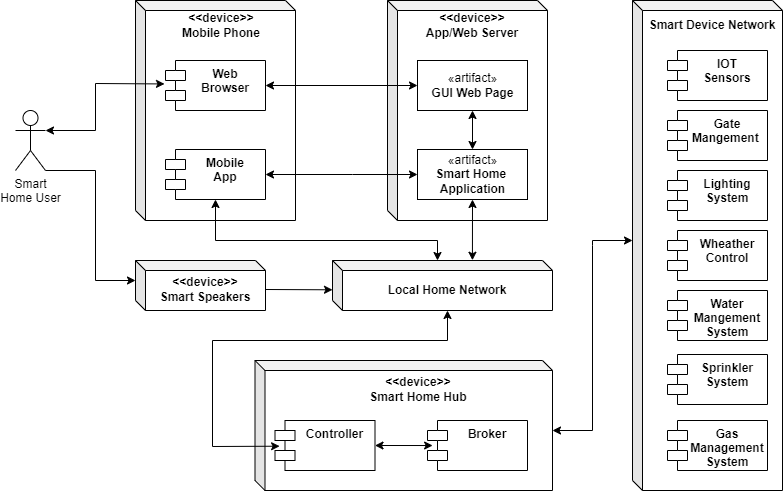
Akhilsudh/BITS-Assignment keeps this draw.io diagram as Semester 2/Software Architecture/Assignment 2/imageFiles/DeploymentDiagram.drawio.png. Above is the earlier version. Source tidied: cells renumbered, new cells last; positions are measured from the earlier drawing's top-left corner, leaving out a move shared by most shapes.
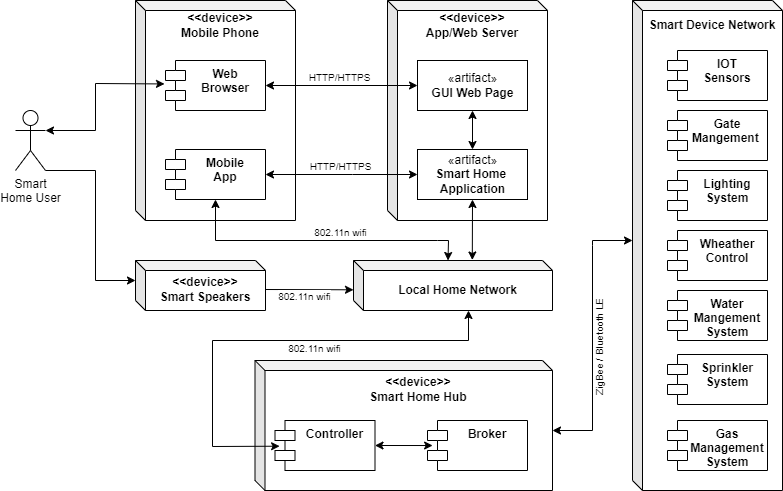
The same diagram one commit later.

What changed in the source:
```diff
@@ -49,7 +49,7 @@
       <mxGeometry x="652" y="50" width="100" height="50" as="geometry" />
     </mxCell>
     <mxCell id="14" value="Local Home Network" style="shape=cube;whiteSpace=wrap;html=1;boundedLbl=1;backgroundOutline=1;darkOpacity=0.05;darkOpacity2=0.1;size=10;direction=east;fontStyle=1;" parent="1" vertex="1">
-      <mxGeometry x="317" y="260" width="220" height="50" as="geometry" />
+      <mxGeometry x="338" y="260" width="199" height="50" as="geometry" />
     </mxCell>
     <mxCell id="15" value="«artifact»&lt;br&gt;&lt;b&gt;GUI Web Page&lt;/b&gt;" style="html=1;" parent="1" vertex="1">
       <mxGeometry x="402" y="60" width="110" height="50" as="geometry" />
@@ -63,11 +63,17 @@
     <mxCell id="18" style="endArrow=classic;startArrow=classic;html=1;rounded=0;exitX=1;exitY=0.5;exitDx=0;exitDy=0;entryX=0;entryY=0.5;entryDx=0;entryDy=0;" parent="1" edge="1" source="17" target="15">
       <mxGeometry relative="1" as="geometry" />
     </mxCell>
+    <mxCell id="38" value="&lt;font style=&quot;font-size: 10px&quot;&gt;HTTP/HTTPS&lt;/font&gt;" style="edgeLabel;html=1;align=center;verticalAlign=middle;" parent="18" vertex="1">
+      <mxGeometry x="-0.05" relative="1" as="geometry">
+        <mxPoint x="1" y="-8" as="offset" />
+      </mxGeometry>
+    </mxCell>
-    <mxCell id="19" style="endArrow=classic;startArrow=classic;html=1;rounded=0;exitX=0.5;exitY=1;exitDx=0;exitDy=0;entryX=0;entryY=0;entryDx=105;entryDy=0;entryPerimeter=0;" parent="1" edge="1" source="4" target="14">
+    <mxCell id="19" style="endArrow=classic;startArrow=classic;html=1;rounded=0;exitX=0.5;exitY=1;exitDx=0;exitDy=0;entryX=0;entryY=0;entryDx=94.49999999999999;entryDy=0;entryPerimeter=0;" parent="1" edge="1" source="4" target="14">
       <mxGeometry relative="1" as="geometry">
         <Array as="points">
           <mxPoint x="200" y="240" />
           <mxPoint x="422" y="240" />
+          <mxPoint x="433" y="240" />
         </Array>
       </mxGeometry>
     </mxCell>
@@ -77,7 +83,7 @@
     <mxCell id="21" value="&amp;lt;&amp;lt;device&amp;gt;&amp;gt;&lt;br&gt;Smart Speakers" style="text;html=1;strokeColor=none;fillColor=none;align=center;verticalAlign=middle;whiteSpace=wrap;rounded=0;fontStyle=1;" parent="1" vertex="1">
       <mxGeometry x="130" y="274" width="120" height="30" as="geometry" />
     </mxCell>
-    <mxCell id="22" style="endArrow=classic;startArrow=classic;html=1;rounded=0;exitX=0.5;exitY=1;exitDx=0;exitDy=0;entryX=0.636;entryY=-0.005;entryDx=0;entryDy=0;entryPerimeter=0;" parent="1" edge="1" source="12" target="14">
+    <mxCell id="22" style="endArrow=classic;startArrow=classic;html=1;rounded=0;exitX=0.5;exitY=1;exitDx=0;exitDy=0;entryX=0.597;entryY=-0.01;entryDx=0;entryDy=0;entryPerimeter=0;" parent="1" edge="1" source="12" target="14">
       <mxGeometry relative="1" as="geometry" />
     </mxCell>
     <mxCell id="23" style="endArrow=classic;html=1;rounded=0;exitX=1;exitY=1;exitDx=0;exitDy=0;exitPerimeter=0;entryX=0;entryY=0;entryDx=0;entryDy=20;entryPerimeter=0;" parent="1" edge="1" source="9" target="20">
@@ -126,7 +132,7 @@
         <Array as="points">
           <mxPoint x="197" y="446" />
           <mxPoint x="197" y="340" />
-          <mxPoint x="432" y="340" />
+          <mxPoint x="453" y="340" />
         </Array>
       </mxGeometry>
     </mxCell>
@@ -142,5 +148,20 @@
         </Array>
       </mxGeometry>
     </mxCell>
+    <mxCell id="39" value="&lt;font style=&quot;font-size: 10px&quot;&gt;HTTP/HTTPS&lt;/font&gt;" style="edgeLabel;html=1;align=center;verticalAlign=middle;" parent="1" vertex="1">
+      <mxGeometry x="325" y="166" as="geometry" />
+    </mxCell>
+    <mxCell id="40" value="&lt;span style=&quot;font-size: 10px&quot;&gt;802.11n wifi&lt;/span&gt;" style="edgeLabel;html=1;align=center;verticalAlign=middle;" parent="1" vertex="1">
+      <mxGeometry x="325" y="232" as="geometry" />
+    </mxCell>
+    <mxCell id="41" value="&lt;span style=&quot;font-size: 10px&quot;&gt;802.11n wifi&lt;/span&gt;" style="edgeLabel;html=1;align=center;verticalAlign=middle;" parent="1" vertex="1">
+      <mxGeometry x="299" y="348" as="geometry" />
+    </mxCell>
+    <mxCell id="42" value="&lt;span style=&quot;font-size: 10px&quot;&gt;802.11n wifi&lt;/span&gt;" style="edgeLabel;html=1;align=center;verticalAlign=middle;" parent="1" vertex="1">
+      <mxGeometry x="289" y="296" as="geometry" />
+    </mxCell>
+    <mxCell id="43" value="&lt;span style=&quot;font-size: 10px&quot;&gt;ZigBee / Bluetooth LE&lt;/span&gt;" style="edgeLabel;html=1;align=center;verticalAlign=middle;rotation=270;" parent="1" vertex="1">
+      <mxGeometry x="584" y="347" as="geometry" />
+    </mxCell>
   </root>
 </mxGraphModel>
```
